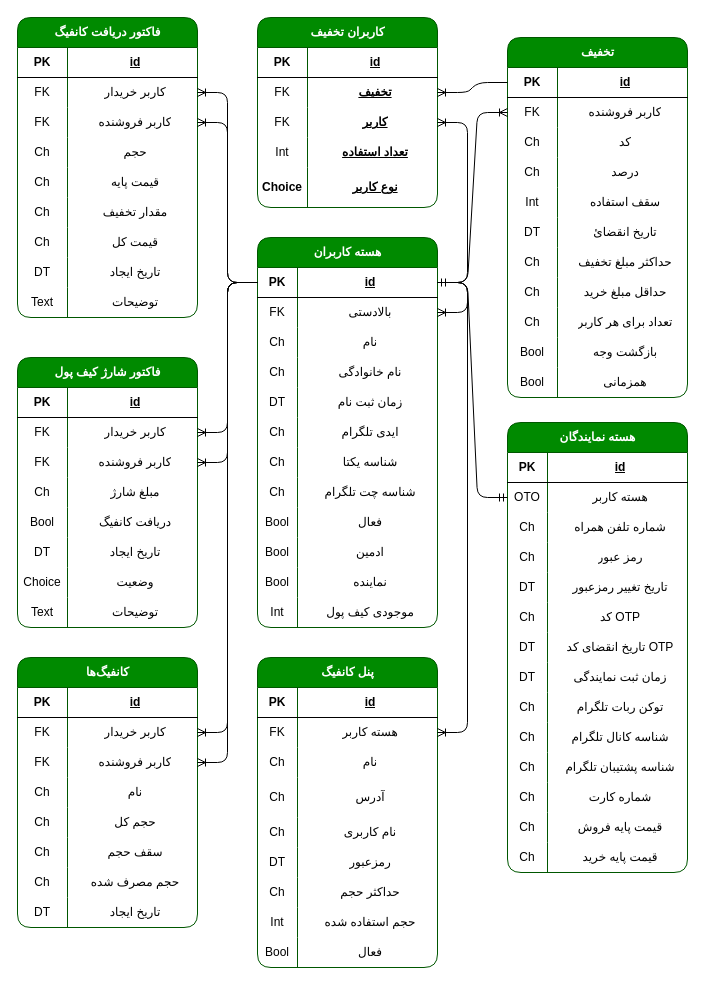
Above: DBMap.drawio in rasraz/representative_panel (draw.io), before the change. Source tidied: cells renumbered, new cells numbered last; positions are measured from the earlier drawing's top-left corner, leaving out a move shared by most shapes. Both pictures are drawn from the tidied source at 100%, with x=0, y=0 at pixel (17, 17).
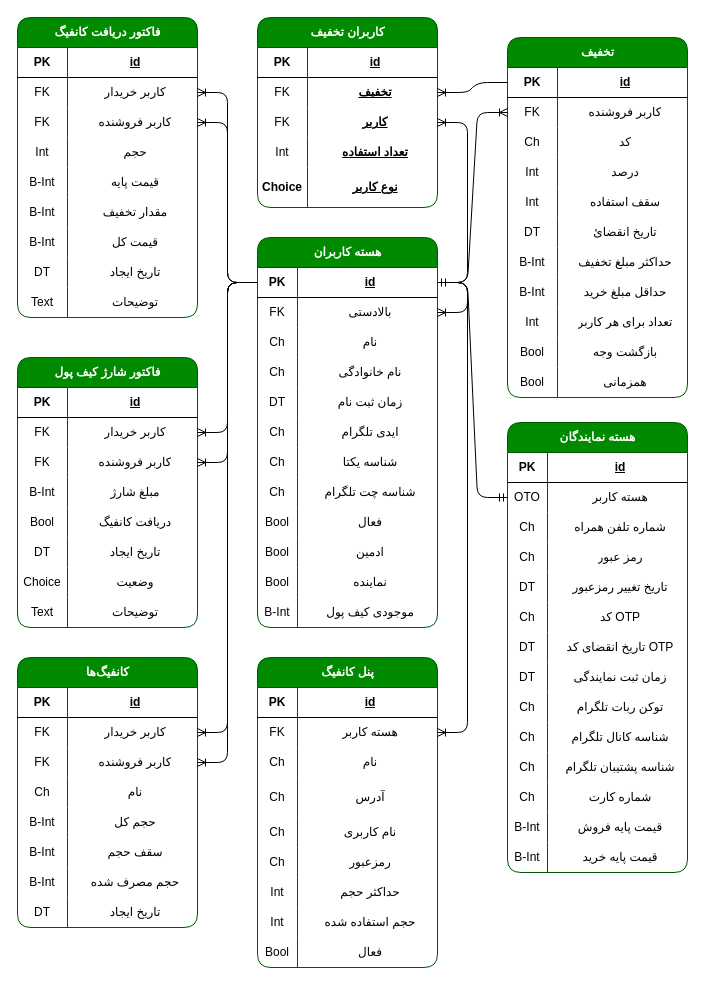
The same diagram, later.

The change refers to these unchanged cells:
```xml
<mxCell id="36" style="shape=tableRow;horizontal=0;startSize=0;swimlaneHead=0;swimlaneBody=0;fillColor=none;top=0;left=0;right=0;bottom=0;swimlaneFillColor=default;" parent="2" vertex="1">
  <mxGeometry y="360" width="180" height="30" as="geometry" />
</mxCell>
<mxCell id="77" style="shape=tableRow;horizontal=0;startSize=0;swimlaneHead=0;swimlaneBody=0;fillColor=none;top=0;left=0;right=0;bottom=0;swimlaneFillColor=default;" parent="40" vertex="1">
  <mxGeometry y="390" width="180" height="30" as="geometry" />
</mxCell>
<mxCell id="80" style="shape=tableRow;horizontal=0;startSize=0;swimlaneHead=0;swimlaneBody=0;fillColor=none;top=0;left=0;right=0;bottom=0;swimlaneFillColor=default;" parent="40" vertex="1">
  <mxGeometry y="420" width="180" height="30" as="geometry" />
</mxCell>
<mxCell id="94" style="shape=tableRow;horizontal=0;startSize=0;swimlaneHead=0;swimlaneBody=0;fillColor=none;top=0;left=0;right=0;bottom=0;swimlaneFillColor=default;fontColor=#ffffff;strokeColor=#006EAF;" parent="84" vertex="1">
  <mxGeometry y="120" width="180" height="30" as="geometry" />
</mxCell>
<mxCell id="121" style="shape=tableRow;horizontal=0;startSize=0;swimlaneHead=0;swimlaneBody=0;fillColor=none;top=0;left=0;right=0;bottom=0;swimlaneFillColor=default;" parent="111" vertex="1">
  <mxGeometry y="120" width="180" height="30" as="geometry" />
</mxCell>
<mxCell id="124" style="shape=tableRow;horizontal=0;startSize=0;swimlaneHead=0;swimlaneBody=0;fillColor=none;top=0;left=0;right=0;bottom=0;swimlaneFillColor=default;" parent="111" vertex="1">
  <mxGeometry y="150" width="180" height="30" as="geometry" />
</mxCell>
<mxCell id="127" style="shape=tableRow;horizontal=0;startSize=0;swimlaneHead=0;swimlaneBody=0;fillColor=none;top=0;left=0;right=0;bottom=0;swimlaneFillColor=default;" parent="111" vertex="1">
  <mxGeometry y="180" width="180" height="30" as="geometry" />
</mxCell>
<mxCell id="130" style="shape=tableRow;horizontal=0;startSize=0;swimlaneHead=0;swimlaneBody=0;fillColor=none;top=0;left=0;right=0;bottom=0;swimlaneFillColor=default;" parent="111" vertex="1">
  <mxGeometry y="210" width="180" height="30" as="geometry" />
</mxCell>
<mxCell id="157" style="shape=tableRow;horizontal=0;startSize=0;swimlaneHead=0;swimlaneBody=0;fillColor=none;top=0;left=0;right=0;bottom=0;swimlaneFillColor=default;" parent="141" vertex="1">
  <mxGeometry y="190" width="180" height="30" as="geometry" />
</mxCell>
<mxCell id="160" style="shape=tableRow;horizontal=0;startSize=0;swimlaneHead=0;swimlaneBody=0;fillColor=none;top=0;left=0;right=0;bottom=0;swimlaneFillColor=default;" parent="141" vertex="1">
  <mxGeometry y="220" width="180" height="30" as="geometry" />
</mxCell>
<mxCell id="179" style="shape=tableRow;horizontal=0;startSize=0;swimlaneHead=0;swimlaneBody=0;fillColor=none;top=0;left=0;right=0;bottom=0;swimlaneFillColor=default;" parent="169" vertex="1">
  <mxGeometry y="120" width="180" height="30" as="geometry" />
</mxCell>
<mxCell id="188" style="shape=tableRow;horizontal=0;startSize=0;swimlaneHead=0;swimlaneBody=0;fillColor=none;top=0;left=0;right=0;bottom=0;swimlaneFillColor=default;" parent="169" vertex="1">
  <mxGeometry y="210" width="180" height="30" as="geometry" />
</mxCell>
<mxCell id="191" style="shape=tableRow;horizontal=0;startSize=0;swimlaneHead=0;swimlaneBody=0;fillColor=none;top=0;left=0;right=0;bottom=0;swimlaneFillColor=default;" parent="169" vertex="1">
  <mxGeometry y="240" width="180" height="30" as="geometry" />
</mxCell>
<mxCell id="194" style="shape=tableRow;horizontal=0;startSize=0;swimlaneHead=0;swimlaneBody=0;fillColor=none;top=0;left=0;right=0;bottom=0;swimlaneFillColor=default;" parent="169" vertex="1">
  <mxGeometry y="270" width="180" height="30" as="geometry" />
</mxCell>
<mxCell id="236" style="shape=tableRow;horizontal=0;startSize=0;swimlaneHead=0;swimlaneBody=0;fillColor=none;top=0;left=0;right=0;bottom=0;swimlaneFillColor=default;" parent="223" vertex="1">
  <mxGeometry y="150" width="180" height="30" as="geometry" />
</mxCell>
<mxCell id="239" style="shape=tableRow;horizontal=0;startSize=0;swimlaneHead=0;swimlaneBody=0;fillColor=none;top=0;left=0;right=0;bottom=0;swimlaneFillColor=default;" parent="223" vertex="1">
  <mxGeometry y="180" width="180" height="30" as="geometry" />
</mxCell>
<mxCell id="242" style="shape=tableRow;horizontal=0;startSize=0;swimlaneHead=0;swimlaneBody=0;fillColor=none;top=0;left=0;right=0;bottom=0;swimlaneFillColor=default;" parent="223" vertex="1">
  <mxGeometry y="210" width="180" height="30" as="geometry" />
</mxCell>
```

What changed in the source:
```diff
@@
-    <mxCell id="37" value="Int" style="shape=partialRectangle;fillColor=none;top=0;left=0;bottom=0;right=0;overflow=hidden;whiteSpace=wrap;html=1;swimlaneFillColor=default;" parent="36" vertex="1">
+    <mxCell id="37" value="B-Int" style="shape=partialRectangle;fillColor=none;top=0;left=0;bottom=0;right=0;overflow=hidden;whiteSpace=wrap;html=1;swimlaneFillColor=default;" parent="36" vertex="1">
       <mxGeometry width="40" height="30" as="geometry" />
     </mxCell>
@@
-    <mxCell id="78" value="Ch" style="shape=partialRectangle;fillColor=none;top=0;left=0;bottom=0;right=0;overflow=hidden;whiteSpace=wrap;html=1;swimlaneFillColor=default;" parent="77" vertex="1">
+    <mxCell id="78" value="B-Int" style="shape=partialRectangle;fillColor=none;top=0;left=0;bottom=0;right=0;overflow=hidden;whiteSpace=wrap;html=1;swimlaneFillColor=default;" parent="77" vertex="1">
       <mxGeometry width="40" height="30" as="geometry" />
     </mxCell>
@@
-    <mxCell id="81" value="Ch" style="shape=partialRectangle;fillColor=none;top=0;left=0;bottom=0;right=0;overflow=hidden;whiteSpace=wrap;html=1;swimlaneFillColor=default;" parent="80" vertex="1">
+    <mxCell id="81" value="B-Int" style="shape=partialRectangle;fillColor=none;top=0;left=0;bottom=0;right=0;overflow=hidden;whiteSpace=wrap;html=1;swimlaneFillColor=default;" parent="80" vertex="1">
       <mxGeometry width="40" height="30" as="geometry" />
     </mxCell>
@@
-    <mxCell id="95" value="Ch" style="shape=partialRectangle;fillColor=none;top=0;left=0;bottom=0;right=0;overflow=hidden;whiteSpace=wrap;html=1;swimlaneFillColor=default;" parent="94" vertex="1">
+    <mxCell id="95" value="B-Int" style="shape=partialRectangle;fillColor=none;top=0;left=0;bottom=0;right=0;overflow=hidden;whiteSpace=wrap;html=1;swimlaneFillColor=default;" parent="94" vertex="1">
       <mxGeometry width="50" height="30" as="geometry" />
     </mxCell>
@@
-    <mxCell id="122" value="Ch" style="shape=partialRectangle;fillColor=none;top=0;left=0;bottom=0;right=0;overflow=hidden;whiteSpace=wrap;html=1;swimlaneFillColor=default;" parent="121" vertex="1">
+    <mxCell id="122" value="Int" style="shape=partialRectangle;fillColor=none;top=0;left=0;bottom=0;right=0;overflow=hidden;whiteSpace=wrap;html=1;swimlaneFillColor=default;" parent="121" vertex="1">
       <mxGeometry width="50" height="30" as="geometry" />
     </mxCell>
@@
-    <mxCell id="125" value="Ch" style="shape=partialRectangle;fillColor=none;top=0;left=0;bottom=0;right=0;overflow=hidden;whiteSpace=wrap;html=1;swimlaneFillColor=default;" parent="124" vertex="1">
+    <mxCell id="125" value="B-Int" style="shape=partialRectangle;fillColor=none;top=0;left=0;bottom=0;right=0;overflow=hidden;whiteSpace=wrap;html=1;swimlaneFillColor=default;" parent="124" vertex="1">
       <mxGeometry width="50" height="30" as="geometry" />
     </mxCell>
@@
-    <mxCell id="128" value="Ch" style="shape=partialRectangle;fillColor=none;top=0;left=0;bottom=0;right=0;overflow=hidden;whiteSpace=wrap;html=1;swimlaneFillColor=default;" parent="127" vertex="1">
+    <mxCell id="128" value="B-Int" style="shape=partialRectangle;fillColor=none;top=0;left=0;bottom=0;right=0;overflow=hidden;whiteSpace=wrap;html=1;swimlaneFillColor=default;" parent="127" vertex="1">
       <mxGeometry width="50" height="30" as="geometry" />
     </mxCell>
@@
-    <mxCell id="131" value="Ch" style="shape=partialRectangle;fillColor=none;top=0;left=0;bottom=0;right=0;overflow=hidden;whiteSpace=wrap;html=1;swimlaneFillColor=default;" parent="130" vertex="1">
+    <mxCell id="131" value="B-Int" style="shape=partialRectangle;fillColor=none;top=0;left=0;bottom=0;right=0;overflow=hidden;whiteSpace=wrap;html=1;swimlaneFillColor=default;" parent="130" vertex="1">
       <mxGeometry width="50" height="30" as="geometry" />
     </mxCell>
@@
-    <mxCell id="158" value="DT" style="shape=partialRectangle;fillColor=none;top=0;left=0;bottom=0;right=0;overflow=hidden;whiteSpace=wrap;html=1;swimlaneFillColor=default;" parent="157" vertex="1">
+    <mxCell id="158" value="Ch" style="shape=partialRectangle;fillColor=none;top=0;left=0;bottom=0;right=0;overflow=hidden;whiteSpace=wrap;html=1;swimlaneFillColor=default;" parent="157" vertex="1">
       <mxGeometry width="40" height="30" as="geometry" />
     </mxCell>
@@
-    <mxCell id="161" value="Ch" style="shape=partialRectangle;fillColor=none;top=0;left=0;bottom=0;right=0;overflow=hidden;whiteSpace=wrap;html=1;swimlaneFillColor=default;" parent="160" vertex="1">
+    <mxCell id="161" value="Int" style="shape=partialRectangle;fillColor=none;top=0;left=0;bottom=0;right=0;overflow=hidden;whiteSpace=wrap;html=1;swimlaneFillColor=default;" parent="160" vertex="1">
       <mxGeometry width="40" height="30" as="geometry" />
     </mxCell>
@@
-    <mxCell id="180" value="Ch" style="shape=partialRectangle;fillColor=none;top=0;left=0;bottom=0;right=0;overflow=hidden;whiteSpace=wrap;html=1;swimlaneFillColor=default;" parent="179" vertex="1">
+    <mxCell id="180" value="Int" style="shape=partialRectangle;fillColor=none;top=0;left=0;bottom=0;right=0;overflow=hidden;whiteSpace=wrap;html=1;swimlaneFillColor=default;" parent="179" vertex="1">
       <mxGeometry width="50" height="30" as="geometry" />
     </mxCell>
@@
-    <mxCell id="189" value="Ch" style="shape=partialRectangle;fillColor=none;top=0;left=0;bottom=0;right=0;overflow=hidden;whiteSpace=wrap;html=1;swimlaneFillColor=default;" parent="188" vertex="1">
+    <mxCell id="189" value="B-Int" style="shape=partialRectangle;fillColor=none;top=0;left=0;bottom=0;right=0;overflow=hidden;whiteSpace=wrap;html=1;swimlaneFillColor=default;" parent="188" vertex="1">
       <mxGeometry width="50" height="30" as="geometry" />
     </mxCell>
@@
-    <mxCell id="192" value="Ch" style="shape=partialRectangle;fillColor=none;top=0;left=0;bottom=0;right=0;overflow=hidden;whiteSpace=wrap;html=1;swimlaneFillColor=default;" parent="191" vertex="1">
+    <mxCell id="192" value="B-Int" style="shape=partialRectangle;fillColor=none;top=0;left=0;bottom=0;right=0;overflow=hidden;whiteSpace=wrap;html=1;swimlaneFillColor=default;" parent="191" vertex="1">
       <mxGeometry width="50" height="30" as="geometry" />
     </mxCell>
@@
-    <mxCell id="195" value="Ch" style="shape=partialRectangle;fillColor=none;top=0;left=0;bottom=0;right=0;overflow=hidden;whiteSpace=wrap;html=1;swimlaneFillColor=default;" parent="194" vertex="1">
+    <mxCell id="195" value="Int" style="shape=partialRectangle;fillColor=none;top=0;left=0;bottom=0;right=0;overflow=hidden;whiteSpace=wrap;html=1;swimlaneFillColor=default;" parent="194" vertex="1">
       <mxGeometry width="50" height="30" as="geometry" />
     </mxCell>
@@
-    <mxCell id="237" value="Ch" style="shape=partialRectangle;fillColor=none;top=0;left=0;bottom=0;right=0;overflow=hidden;whiteSpace=wrap;html=1;swimlaneFillColor=default;" parent="236" vertex="1">
+    <mxCell id="237" value="B-Int" style="shape=partialRectangle;fillColor=none;top=0;left=0;bottom=0;right=0;overflow=hidden;whiteSpace=wrap;html=1;swimlaneFillColor=default;" parent="236" vertex="1">
       <mxGeometry width="50" height="30" as="geometry" />
     </mxCell>
@@
-    <mxCell id="240" value="Ch" style="shape=partialRectangle;fillColor=none;top=0;left=0;bottom=0;right=0;overflow=hidden;whiteSpace=wrap;html=1;swimlaneFillColor=default;" parent="239" vertex="1">
+    <mxCell id="240" value="B-Int" style="shape=partialRectangle;fillColor=none;top=0;left=0;bottom=0;right=0;overflow=hidden;whiteSpace=wrap;html=1;swimlaneFillColor=default;" parent="239" vertex="1">
       <mxGeometry width="50" height="30" as="geometry" />
     </mxCell>
@@
-    <mxCell id="243" value="Ch" style="shape=partialRectangle;fillColor=none;top=0;left=0;bottom=0;right=0;overflow=hidden;whiteSpace=wrap;html=1;swimlaneFillColor=default;" parent="242" vertex="1">
+    <mxCell id="243" value="B-Int" style="shape=partialRectangle;fillColor=none;top=0;left=0;bottom=0;right=0;overflow=hidden;whiteSpace=wrap;html=1;swimlaneFillColor=default;" parent="242" vertex="1">
       <mxGeometry width="50" height="30" as="geometry" />
     </mxCell>
```
